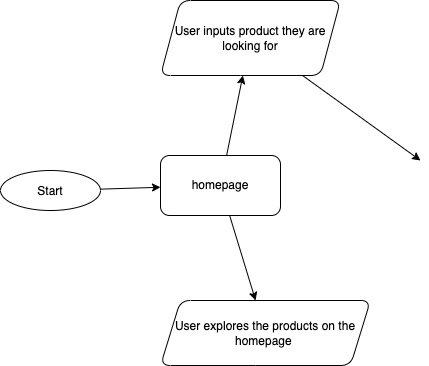
siasheth/fa22-cse110-lab4 keeps this draw.io diagram as explore/diagramming/diagram.drawio.png. Above is the earlier version. Source tidied: cells renumbered, new cells last; positions are measured from the earlier drawing's top-left corner, leaving out a move shared by most shapes.
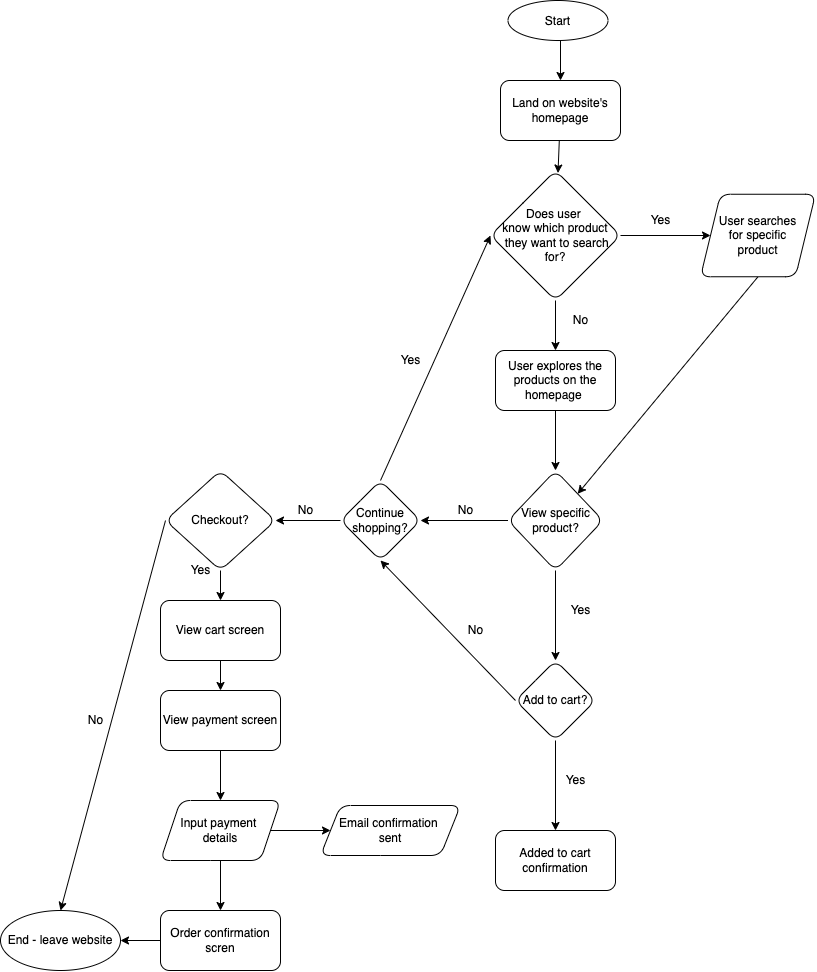
The same file after the commit.

What changed in the source:
```diff
@@ -2,31 +2,142 @@
   <root>
     <mxCell id="0" />
     <mxCell id="1" parent="0" />
-    <mxCell id="2" style="edgeStyle=none;html=1;" parent="1" edge="1" source="3" target="6">
-      <mxGeometry relative="1" as="geometry" />
+    <mxCell id="2" style="edgeStyle=none;html=1;" parent="1" edge="1" target="6">
+      <mxGeometry relative="1" as="geometry">
+        <mxPoint x="560" y="-100" as="sourcePoint" />
+      </mxGeometry>
     </mxCell>
     <mxCell id="3" value="Start" style="ellipse;" parent="1" vertex="1">
-      <mxGeometry y="170" width="100" height="40" as="geometry" />
+      <mxGeometry x="507.5" y="-140" width="100" height="40" as="geometry" />
     </mxCell>
-    <mxCell id="4" style="edgeStyle=none;html=1;" parent="1" edge="1" source="6" target="8">
-      <mxGeometry relative="1" as="geometry" />
-    </mxCell>
-    <mxCell id="5" style="edgeStyle=none;html=1;" parent="1" edge="1" source="6" target="9">
-      <mxGeometry relative="1" as="geometry" />
-    </mxCell>
+    <mxCell id="10" style="edgeStyle=none;html=1;" parent="1" edge="1" source="6" target="7">
+      <mxGeometry relative="1" as="geometry" />
+    </mxCell>
-    <mxCell id="6" value="homepage" style="rounded=1;whiteSpace=wrap;html=1;" parent="1" vertex="1">
-      <mxGeometry x="160" y="155" width="120" height="60" as="geometry" />
+    <mxCell id="6" value="Land on website's homepage" style="rounded=1;whiteSpace=wrap;html=1;" parent="1" vertex="1">
+      <mxGeometry x="500" y="-60" width="120" height="60" as="geometry" />
     </mxCell>
+    <mxCell id="11" style="edgeStyle=none;html=1;" parent="1" edge="1" source="7" target="14">
+      <mxGeometry relative="1" as="geometry" />
+    </mxCell>
+    <mxCell id="12" style="edgeStyle=none;html=1;fontSize=12;" parent="1" edge="1" source="7" target="9">
+      <mxGeometry relative="1" as="geometry" />
+    </mxCell>
-    <mxCell id="7" style="edgeStyle=none;html=1;" parent="1" edge="1" source="8">
-      <mxGeometry relative="1" as="geometry">
-        <mxPoint x="420" y="160" as="targetPoint" />
-      </mxGeometry>
+    <mxCell id="7" value="Does user &lt;br&gt;know which product&lt;br&gt;&amp;nbsp;they want to search for?" style="rhombus;whiteSpace=wrap;html=1;rounded=1;" parent="1" vertex="1">
+      <mxGeometry x="490" y="30" width="130" height="130" as="geometry" />
     </mxCell>
-    <mxCell id="8" value="User inputs product they are looking for" style="shape=parallelogram;perimeter=parallelogramPerimeter;whiteSpace=wrap;html=1;fixedSize=1;rounded=1;" parent="1" vertex="1">
-      <mxGeometry x="160" width="180" height="75" as="geometry" />
-    </mxCell>
+    <mxCell id="13" style="html=1;exitX=0.5;exitY=1;exitDx=0;exitDy=0;fontSize=12;" parent="1" edge="1" source="14" target="20">
+      <mxGeometry relative="1" as="geometry" />
+    </mxCell>
+    <mxCell id="14" value="&lt;font face=&quot;helvetica&quot;&gt;User searches&lt;br&gt;&amp;nbsp;for specific &lt;br&gt;product&lt;/font&gt;" style="shape=parallelogram;perimeter=parallelogramPerimeter;whiteSpace=wrap;html=1;fixedSize=1;rounded=1;" parent="1" vertex="1">
+      <mxGeometry x="700" y="53.8" width="115" height="82.5" as="geometry" />
+    </mxCell>
+    <mxCell id="15" value="Yes" style="text;html=1;align=center;verticalAlign=middle;fillColor=none;strokeColor=none;rounded=0;fontSize=12;" parent="1" vertex="1">
+      <mxGeometry x="640" y="70" width="40" height="20" as="geometry" />
+    </mxCell>
+    <mxCell id="16" style="edgeStyle=none;html=1;fontSize=12;" parent="1" edge="1" source="9" target="20">
+      <mxGeometry relative="1" as="geometry" />
+    </mxCell>
-    <mxCell id="9" value="User explores the products on the homepage&amp;nbsp;" style="shape=parallelogram;perimeter=parallelogramPerimeter;whiteSpace=wrap;html=1;fixedSize=1;rounded=1;" parent="1" vertex="1">
-      <mxGeometry x="160" y="300" width="210" height="65" as="geometry" />
+    <mxCell id="9" value="&lt;span&gt;User explores the products on the homepage&amp;nbsp;&lt;/span&gt;" style="whiteSpace=wrap;html=1;rounded=1;" parent="1" vertex="1">
+      <mxGeometry x="495" y="210" width="120" height="60" as="geometry" />
     </mxCell>
+    <mxCell id="17" value="No" style="text;html=1;align=center;verticalAlign=middle;fillColor=none;strokeColor=none;rounded=0;fontSize=12;" parent="1" vertex="1">
+      <mxGeometry x="565" y="170" width="30" height="20" as="geometry" />
+    </mxCell>
+    <mxCell id="18" style="edgeStyle=none;html=1;fontSize=12;" parent="1" edge="1" source="20" target="22">
+      <mxGeometry relative="1" as="geometry" />
+    </mxCell>
+    <mxCell id="19" style="edgeStyle=none;html=1;fontSize=12;" parent="1" edge="1" source="20" target="26">
+      <mxGeometry relative="1" as="geometry" />
+    </mxCell>
+    <mxCell id="20" value="View specific product?" style="rhombus;whiteSpace=wrap;html=1;rounded=1;" parent="1" vertex="1">
+      <mxGeometry x="507.5" y="330" width="95" height="100" as="geometry" />
+    </mxCell>
+    <mxCell id="21" style="edgeStyle=none;html=1;fontSize=12;" parent="1" edge="1" source="22" target="23">
+      <mxGeometry relative="1" as="geometry" />
+    </mxCell>
+    <mxCell id="22" value="Add to cart?" style="rhombus;whiteSpace=wrap;html=1;rounded=1;" parent="1" vertex="1">
+      <mxGeometry x="515" y="520" width="80" height="80" as="geometry" />
+    </mxCell>
+    <mxCell id="23" value="Added to cart confirmation" style="whiteSpace=wrap;html=1;rounded=1;" parent="1" vertex="1">
+      <mxGeometry x="495" y="690" width="120" height="60" as="geometry" />
+    </mxCell>
+    <mxCell id="24" value="Yes" style="text;html=1;align=center;verticalAlign=middle;fillColor=none;strokeColor=none;rounded=0;fontSize=12;" parent="1" vertex="1">
+      <mxGeometry x="560" y="460" width="40" height="20" as="geometry" />
+    </mxCell>
+    <mxCell id="25" style="edgeStyle=none;html=1;fontSize=12;" parent="1" edge="1" source="26" target="34">
+      <mxGeometry relative="1" as="geometry" />
+    </mxCell>
+    <mxCell id="26" value="Continue shopping?" style="rhombus;whiteSpace=wrap;html=1;rounded=1;" parent="1" vertex="1">
+      <mxGeometry x="340" y="340" width="80" height="80" as="geometry" />
+    </mxCell>
+    <mxCell id="27" style="html=1;exitX=0.5;exitY=0;exitDx=0;exitDy=0;fontSize=12;entryX=0;entryY=0.5;entryDx=0;entryDy=0;" parent="1" edge="1" source="26" target="7">
+      <mxGeometry relative="1" as="geometry" />
+    </mxCell>
+    <mxCell id="28" value="Yes" style="text;html=1;align=center;verticalAlign=middle;fillColor=none;strokeColor=none;rounded=0;fontSize=12;" parent="1" vertex="1">
+      <mxGeometry x="390" y="210" width="40" height="20" as="geometry" />
+    </mxCell>
+    <mxCell id="29" value="No" style="text;html=1;align=center;verticalAlign=middle;fillColor=none;strokeColor=none;rounded=0;fontSize=12;" parent="1" vertex="1">
+      <mxGeometry x="450" y="360" width="30" height="20" as="geometry" />
+    </mxCell>
+    <mxCell id="30" value="Yes" style="text;html=1;align=center;verticalAlign=middle;fillColor=none;strokeColor=none;rounded=0;fontSize=12;" parent="1" vertex="1">
+      <mxGeometry x="555" y="630" width="40" height="20" as="geometry" />
+    </mxCell>
+    <mxCell id="31" style="html=1;exitX=0;exitY=0.5;exitDx=0;exitDy=0;fontSize=12;entryX=0.5;entryY=1;entryDx=0;entryDy=0;" parent="1" edge="1" source="22" target="26">
+      <mxGeometry relative="1" as="geometry" />
+    </mxCell>
+    <mxCell id="32" value="No" style="text;html=1;align=center;verticalAlign=middle;fillColor=none;strokeColor=none;rounded=0;fontSize=12;" parent="1" vertex="1">
+      <mxGeometry x="460" y="480" width="30" height="20" as="geometry" />
+    </mxCell>
+    <mxCell id="33" style="edgeStyle=none;html=1;fontSize=12;" parent="1" edge="1" source="34" target="37">
+      <mxGeometry relative="1" as="geometry" />
+    </mxCell>
+    <mxCell id="34" value="Checkout?" style="rhombus;whiteSpace=wrap;html=1;rounded=1;" parent="1" vertex="1">
+      <mxGeometry x="165" y="330" width="110" height="100" as="geometry" />
+    </mxCell>
+    <mxCell id="35" value="No" style="text;html=1;align=center;verticalAlign=middle;fillColor=none;strokeColor=none;rounded=0;fontSize=12;" parent="1" vertex="1">
+      <mxGeometry x="290" y="360" width="30" height="20" as="geometry" />
+    </mxCell>
+    <mxCell id="36" style="edgeStyle=none;html=1;fontSize=12;" parent="1" edge="1" source="37" target="39">
+      <mxGeometry relative="1" as="geometry" />
+    </mxCell>
+    <mxCell id="37" value="View cart screen" style="rounded=1;whiteSpace=wrap;html=1;" parent="1" vertex="1">
+      <mxGeometry x="160" y="460" width="120" height="60" as="geometry" />
+    </mxCell>
+    <mxCell id="38" style="edgeStyle=none;html=1;fontSize=12;" parent="1" edge="1" source="39" target="42">
+      <mxGeometry relative="1" as="geometry" />
+    </mxCell>
+    <mxCell id="39" value="View payment screen" style="rounded=1;whiteSpace=wrap;html=1;" parent="1" vertex="1">
+      <mxGeometry x="160" y="550" width="120" height="60" as="geometry" />
+    </mxCell>
+    <mxCell id="40" style="edgeStyle=none;html=1;fontSize=12;" parent="1" edge="1" source="42" target="44">
+      <mxGeometry relative="1" as="geometry" />
+    </mxCell>
+    <mxCell id="41" style="edgeStyle=none;html=1;fontSize=12;" parent="1" edge="1" source="42" target="45">
+      <mxGeometry relative="1" as="geometry" />
+    </mxCell>
+    <mxCell id="42" value="Input payment &lt;br&gt;details" style="shape=parallelogram;perimeter=parallelogramPerimeter;whiteSpace=wrap;html=1;fixedSize=1;rounded=1;" parent="1" vertex="1">
+      <mxGeometry x="160" y="660" width="120" height="60" as="geometry" />
+    </mxCell>
+    <mxCell id="43" style="edgeStyle=none;html=1;fontSize=12;" parent="1" edge="1" source="44" target="46">
+      <mxGeometry relative="1" as="geometry" />
+    </mxCell>
+    <mxCell id="44" value="Order confirmation scren" style="rounded=1;whiteSpace=wrap;html=1;" parent="1" vertex="1">
+      <mxGeometry x="160" y="770" width="120" height="60" as="geometry" />
+    </mxCell>
+    <mxCell id="45" value="Email confirmation &lt;br&gt;sent" style="shape=parallelogram;perimeter=parallelogramPerimeter;whiteSpace=wrap;html=1;fixedSize=1;rounded=1;" parent="1" vertex="1">
+      <mxGeometry x="320" y="665" width="140" height="50" as="geometry" />
+    </mxCell>
+    <mxCell id="46" value="End - leave website" style="ellipse;whiteSpace=wrap;html=1;rounded=1;" parent="1" vertex="1">
+      <mxGeometry y="770" width="120" height="60" as="geometry" />
+    </mxCell>
+    <mxCell id="47" value="Yes" style="text;html=1;align=center;verticalAlign=middle;fillColor=none;strokeColor=none;rounded=0;fontSize=12;" parent="1" vertex="1">
+      <mxGeometry x="180" y="420" width="40" height="20" as="geometry" />
+    </mxCell>
+    <mxCell id="48" style="html=1;exitX=0;exitY=0.5;exitDx=0;exitDy=0;fontSize=12;entryX=0.5;entryY=0;entryDx=0;entryDy=0;" parent="1" edge="1" source="34" target="46">
+      <mxGeometry relative="1" as="geometry" />
+    </mxCell>
+    <mxCell id="49" value="No" style="text;html=1;align=center;verticalAlign=middle;fillColor=none;strokeColor=none;rounded=0;fontSize=12;" parent="1" vertex="1">
+      <mxGeometry x="80" y="570" width="30" height="20" as="geometry" />
+    </mxCell>
   </root>
 </mxGraphModel>
```
